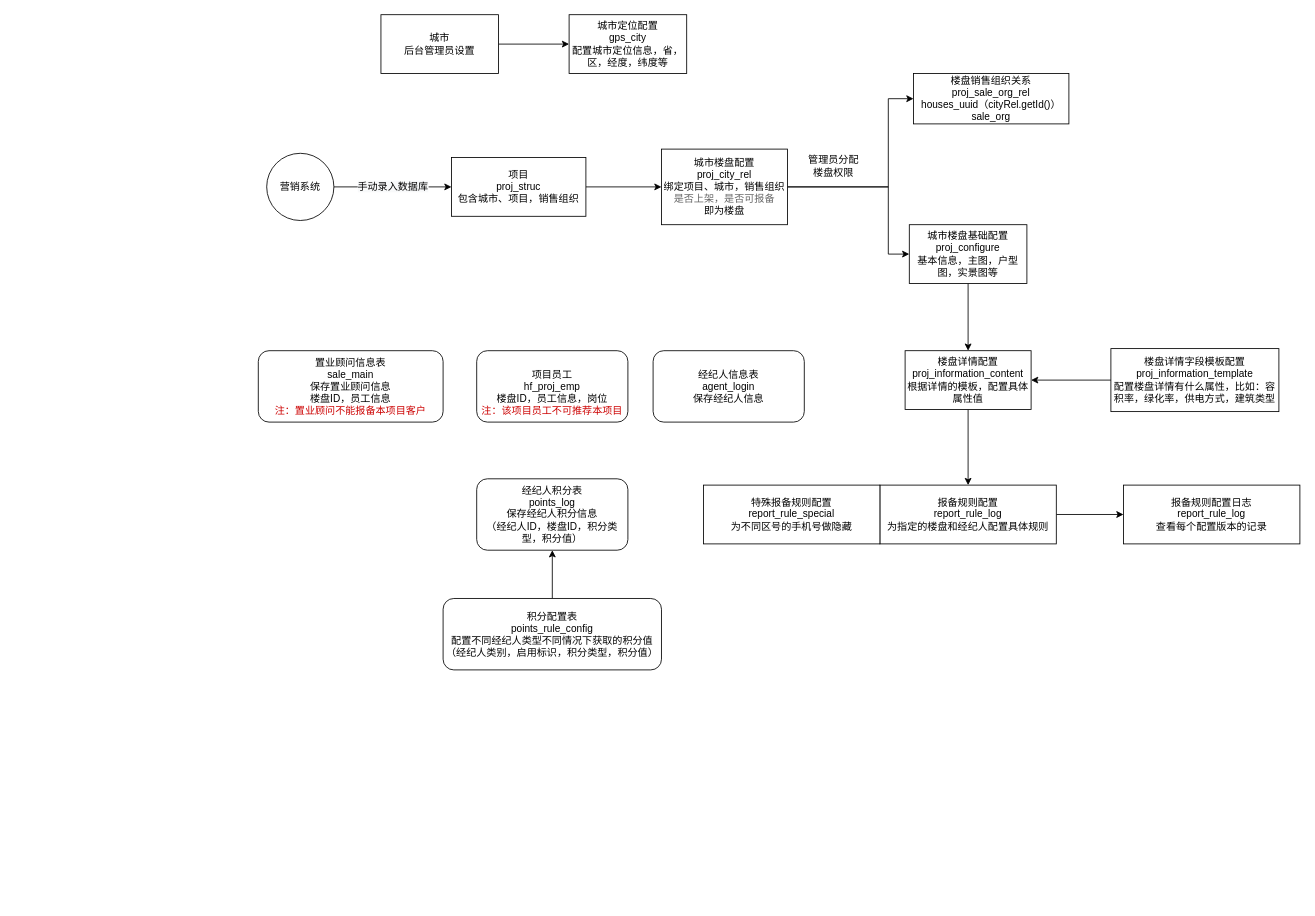
juesuchen/diagrams keeps this draw.io diagram as page "基础表" (1 of 2) of 全民营销.drawio. Above is the earlier version. Source tidied: cells renumbered, new cells numbered last; positions are measured from the earlier drawing's top-left corner, leaving out a move shared by most shapes. Both pictures are drawn from the tidied source at 84%, with x=0, y=0 at pixel (258, 14).
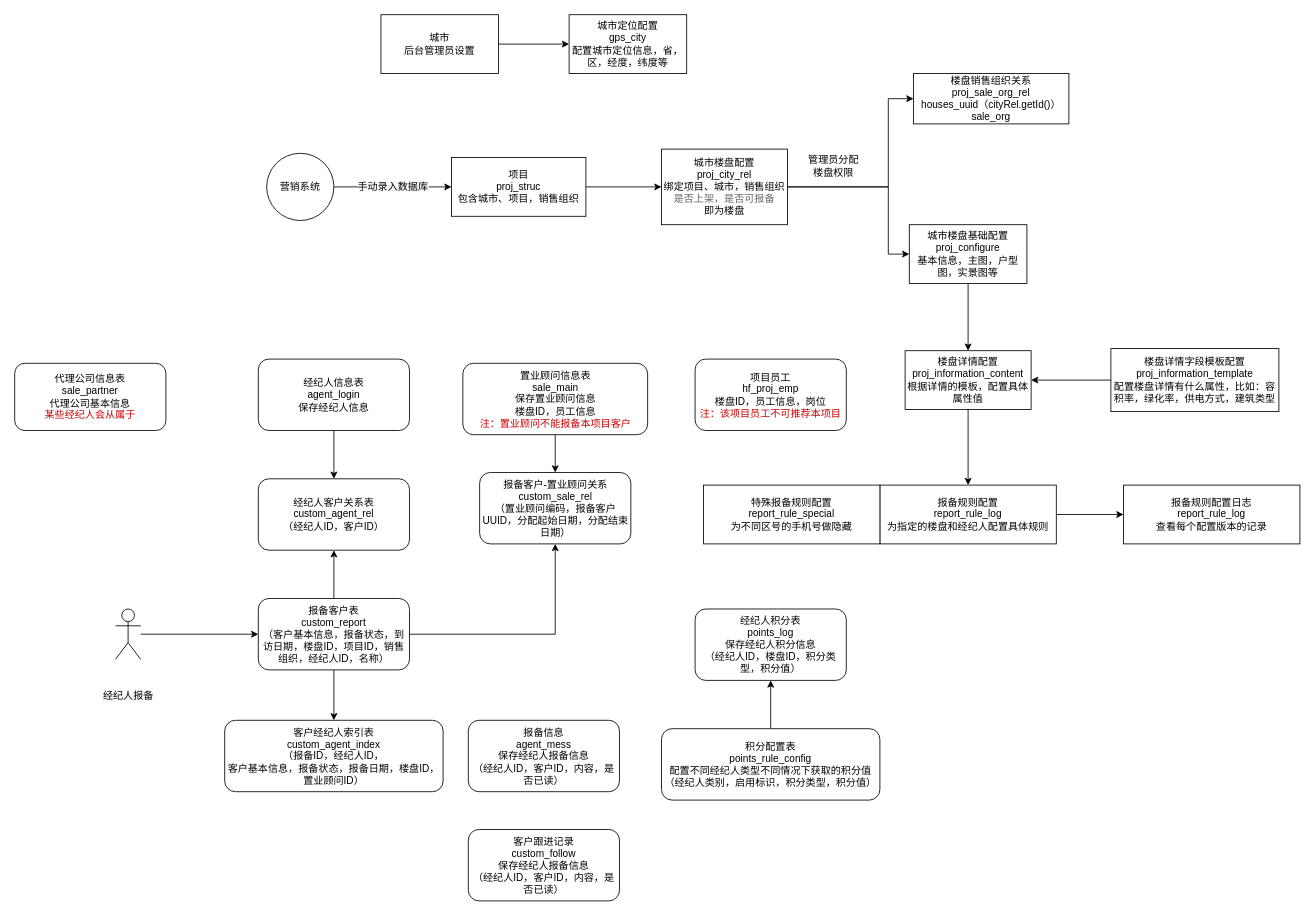
The same page after the edit.

Commit message:
更新全民营销.drawio

What changed in the source:
```diff
@@
-    <mxCell id="24" value="&lt;br&gt;项目员工&lt;br&gt;hf_proj_emp&lt;br&gt;楼盘ID，员工信息，岗位&lt;br&gt;&lt;font color=&quot;#cc0000&quot;&gt;注：该项目员工不可推荐本项目&lt;/font&gt;" style="rounded=1;whiteSpace=wrap;html=1;" parent="1" vertex="1">
-      <mxGeometry x="260" y="400" width="180" height="85" as="geometry" />
+    <mxCell id="24" value="项目员工&lt;br&gt;hf_proj_emp&lt;br&gt;楼盘ID，员工信息，岗位&lt;br&gt;&lt;font color=&quot;#cc0000&quot;&gt;注：该项目员工不可推荐本项目&lt;/font&gt;" style="rounded=1;whiteSpace=wrap;html=1;" parent="1" vertex="1">
+      <mxGeometry x="520" y="410" width="180" height="85" as="geometry" />
     </mxCell>
+    <mxCell id="30" style="edgeStyle=orthogonalEdgeStyle;rounded=0;jettySize=auto;html=1;" parent="1" edge="1" source="25" target="32">
+      <mxGeometry relative="1" as="geometry" />
+    </mxCell>
     <mxCell id="25" value="经纪人信息表&lt;br&gt;agent_login&lt;br&gt;保存经纪人信息" style="rounded=1;whiteSpace=wrap;html=1;" parent="1" vertex="1">
-      <mxGeometry x="470" y="400" width="180" height="85" as="geometry" />
+      <mxGeometry y="410" width="180" height="85" as="geometry" />
     </mxCell>
+    <mxCell id="31" style="edgeStyle=orthogonalEdgeStyle;rounded=0;jettySize=auto;html=1;" parent="1" edge="1" source="26" target="41">
+      <mxGeometry relative="1" as="geometry" />
+    </mxCell>
     <mxCell id="26" value="置业顾问信息表&lt;br&gt;sale_main&lt;br&gt;保存置业顾问信息&lt;br&gt;楼盘ID，员工信息&lt;br&gt;&lt;font color=&quot;#cc0000&quot;&gt;注：置业顾问不能报备本项目客户&lt;/font&gt;" style="rounded=1;whiteSpace=wrap;html=1;" parent="1" vertex="1">
-      <mxGeometry y="400" width="220" height="85" as="geometry" />
+      <mxGeometry x="243.5" y="415" width="220" height="85" as="geometry" />
     </mxCell>
     <mxCell id="27" value="经纪人积分表&lt;br&gt;points_log&lt;br&gt;保存经纪人积分信息&lt;br&gt;（经纪人ID，楼盘ID，积分类型，积分值）" style="rounded=1;whiteSpace=wrap;html=1;" parent="1" vertex="1">
-      <mxGeometry x="260" y="552.5" width="180" height="85" as="geometry" />
+      <mxGeometry x="520" y="707.5" width="180" height="85" as="geometry" />
     </mxCell>
@@
     <mxCell id="29" value="积分配置表&lt;br&gt;points_rule_config&lt;br&gt;配置不同经纪人类型不同情况下获取的积分值&lt;br&gt;（经纪人类别，启用标识，积分类型，积分值）" style="rounded=1;whiteSpace=wrap;html=1;" parent="1" vertex="1">
-      <mxGeometry x="220" y="695" width="260" height="85" as="geometry" />
+      <mxGeometry x="480" y="850" width="260" height="85" as="geometry" />
     </mxCell>
+    <mxCell id="32" value="经纪人客户关系表&lt;br&gt;custom_agent_rel&lt;br&gt;（经纪人ID，客户ID）" style="rounded=1;whiteSpace=wrap;html=1;" parent="1" vertex="1">
+      <mxGeometry y="552.5" width="180" height="85" as="geometry" />
+    </mxCell>
+    <mxCell id="33" style="edgeStyle=orthogonalEdgeStyle;rounded=0;jettySize=auto;html=1;" parent="1" edge="1" source="36" target="32">
+      <mxGeometry relative="1" as="geometry" />
+    </mxCell>
+    <mxCell id="34" style="edgeStyle=orthogonalEdgeStyle;rounded=0;jettySize=auto;html=1;" parent="1" edge="1" source="36" target="40">
+      <mxGeometry relative="1" as="geometry" />
+    </mxCell>
+    <mxCell id="35" style="edgeStyle=orthogonalEdgeStyle;rounded=0;jettySize=auto;html=1;entryX=0.5;entryY=1;entryDx=0;entryDy=0;" parent="1" edge="1" source="36" target="41">
+      <mxGeometry relative="1" as="geometry" />
+    </mxCell>
+    <mxCell id="36" value="报备客户表&lt;br&gt;custom_report&lt;br&gt;（客户基本信息，报备状态，到访日期，楼盘ID，项目ID，销售组织，经纪人ID，名称）" style="rounded=1;whiteSpace=wrap;html=1;" parent="1" vertex="1">
+      <mxGeometry y="695" width="180" height="85" as="geometry" />
+    </mxCell>
+    <mxCell id="37" value="代理公司信息表&lt;br&gt;sale_partner&lt;br&gt;代理公司基本信息&lt;br&gt;&lt;font color=&quot;#cc0000&quot;&gt;某些经纪人会从属于&lt;/font&gt;" style="rounded=1;whiteSpace=wrap;html=1;" parent="1" vertex="1">
+      <mxGeometry x="-290" y="415" width="180" height="80" as="geometry" />
+    </mxCell>
+    <mxCell id="38" style="edgeStyle=orthogonalEdgeStyle;rounded=0;jettySize=auto;html=1;entryX=0;entryY=0.5;entryDx=0;entryDy=0;" parent="1" edge="1" source="39" target="36">
+      <mxGeometry relative="1" as="geometry" />
+    </mxCell>
+    <mxCell id="39" value="&#10;&#10;&lt;span style=&quot;color: rgb(0, 0, 0); font-family: helvetica; font-size: 12px; font-style: normal; font-weight: 400; letter-spacing: normal; text-align: center; text-indent: 0px; text-transform: none; word-spacing: 0px; background-color: rgb(248, 249, 250); display: inline; float: none;&quot;&gt;经纪人报备&lt;/span&gt;&#10;&#10;" style="shape=umlActor;verticalLabelPosition=bottom;verticalAlign=top;html=1;outlineConnect=0;" parent="1" vertex="1">
+      <mxGeometry x="-170" y="707.5" width="30" height="60" as="geometry" />
+    </mxCell>
+    <mxCell id="40" value="客户经纪人索引表&lt;br&gt;custom_agent_index&lt;br&gt;（报备ID，经纪人ID，&lt;br&gt;客户基本信息，报备状态，报备日期，楼盘ID，置业顾问ID）" style="rounded=1;whiteSpace=wrap;html=1;" parent="1" vertex="1">
+      <mxGeometry x="-40" y="840" width="260" height="85" as="geometry" />
+    </mxCell>
+    <mxCell id="41" value="报备客户-置业顾问关系custom_sale_rel&lt;br&gt;（置业顾问编码，报备客户UUID，分配起始日期，分配结束日期）" style="rounded=1;whiteSpace=wrap;html=1;" parent="1" vertex="1">
+      <mxGeometry x="263.5" y="545" width="180" height="85" as="geometry" />
+    </mxCell>
+    <mxCell id="42" value="报备信息&lt;br&gt;agent_mess&lt;br&gt;保存经纪人报备信息&lt;br&gt;（经纪人ID，客户ID，内容，是否已读）" style="rounded=1;whiteSpace=wrap;html=1;" parent="1" vertex="1">
+      <mxGeometry x="250" y="840" width="180" height="85" as="geometry" />
+    </mxCell>
+    <mxCell id="43" value="客户跟进记录&lt;br&gt;custom_follow&lt;br&gt;保存经纪人报备信息&lt;br&gt;（经纪人ID，客户ID，内容，是否已读）" style="rounded=1;whiteSpace=wrap;html=1;" parent="1" vertex="1">
+      <mxGeometry x="250" y="970" width="180" height="85" as="geometry" />
+    </mxCell>
```
